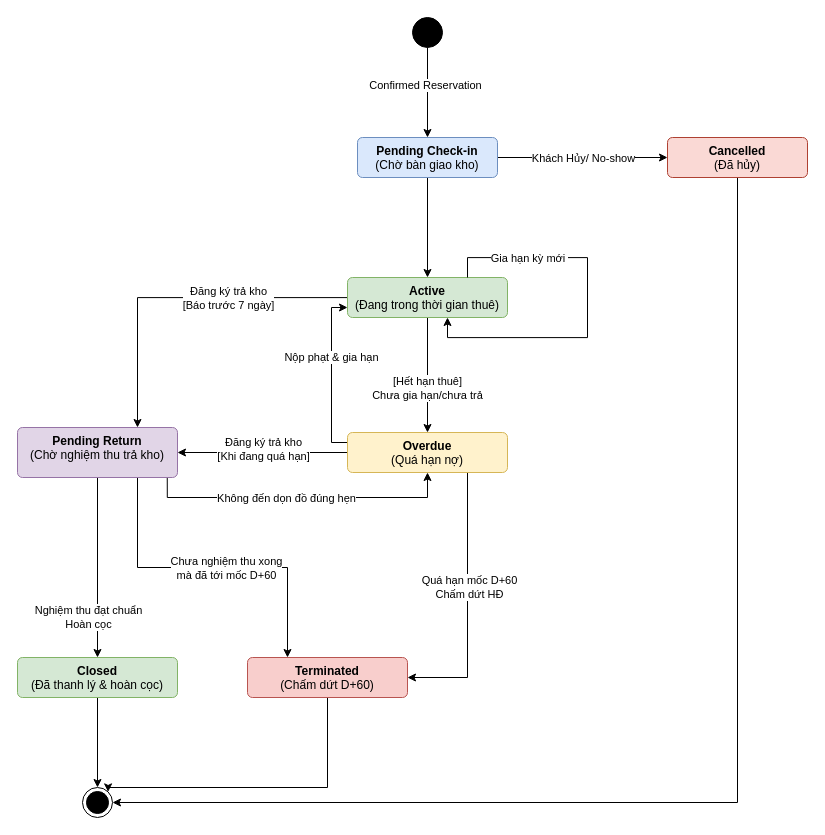
This is docs/diagrams/state-machine-diagram-rental-contract.drawio from Nguyen-Van-Gia-Binh/Self-Storage-Facility-Rental-and-Management-System, a draw.io file, before an edit. Source tidied: cells renumbered, new cells numbered last; positions are measured from the earlier drawing's top-left corner, leaving out a move shared by most shapes. Both pictures are drawn from the tidied source at 100%, with x=0, y=0 at pixel (17, 17).
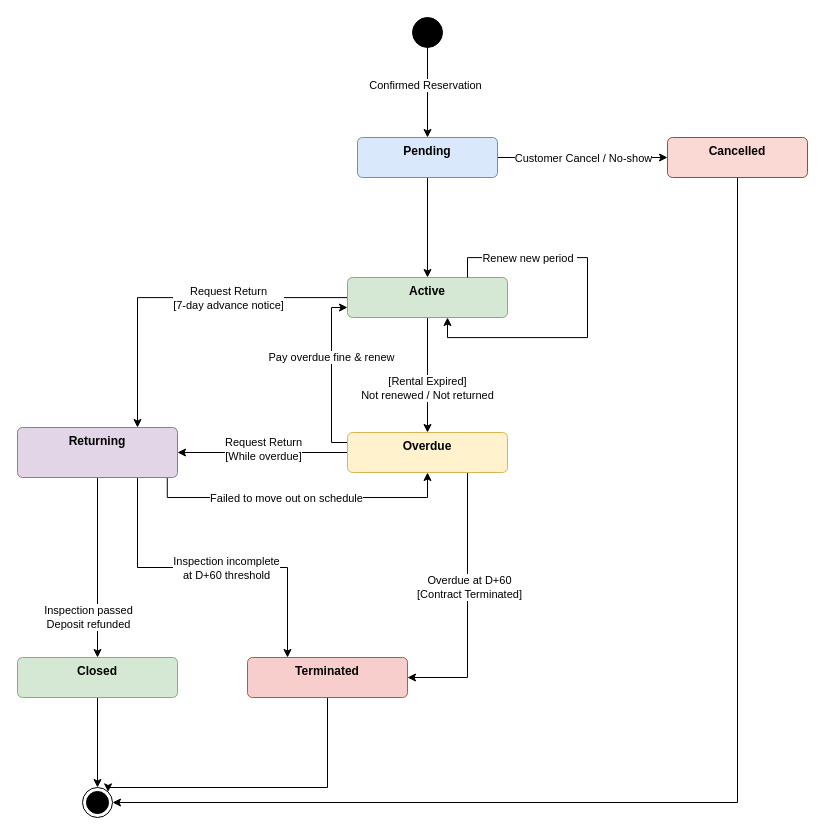
The same diagram, later.

Commit message (it also covers changes not shown here):
docs(diagram): thêm ERD conceptual, quan hệ lõi và Logical Data Model (#28)

The change refers to these unchanged cells:
```xml
<mxCell id="2" style="edgeStyle=orthogonalEdgeStyle;rounded=0;jettySize=auto;html=1;" parent="1" edge="1" source="5" target="10">
  <mxGeometry relative="1" as="geometry" />
</mxCell>
<mxCell id="11" style="edgeStyle=orthogonalEdgeStyle;rounded=0;jettySize=auto;html=1;entryX=0.5;entryY=0;entryDx=0;entryDy=0;" parent="1" edge="1" source="15" target="22">
  <mxGeometry relative="1" as="geometry" />
</mxCell>
<mxCell id="13" style="edgeStyle=orthogonalEdgeStyle;rounded=0;jettySize=auto;html=1;exitX=0;exitY=0.25;exitDx=0;exitDy=0;entryX=0.75;entryY=0;entryDx=0;entryDy=0;" parent="1" edge="1" source="15" target="29">
  <mxGeometry relative="1" as="geometry">
    <Array as="points">
      <mxPoint x="330" y="280.1" />
      <mxPoint x="120" y="280.1" />
    </Array>
  </mxGeometry>
</mxCell>
<mxCell id="16" style="edgeStyle=orthogonalEdgeStyle;rounded=0;jettySize=auto;html=1;exitX=0;exitY=0.25;exitDx=0;exitDy=0;entryX=0;entryY=0.75;entryDx=0;entryDy=0;" parent="1" edge="1" source="22" target="15">
  <mxGeometry relative="1" as="geometry">
    <Array as="points">
      <mxPoint x="314" y="425" />
      <mxPoint x="314" y="290" />
    </Array>
  </mxGeometry>
</mxCell>
<mxCell id="18" style="edgeStyle=orthogonalEdgeStyle;rounded=0;jettySize=auto;html=1;entryX=1;entryY=0.5;entryDx=0;entryDy=0;" parent="1" edge="1" source="22" target="29">
  <mxGeometry relative="1" as="geometry" />
</mxCell>
<mxCell id="20" style="edgeStyle=orthogonalEdgeStyle;rounded=0;jettySize=auto;html=1;exitX=0.75;exitY=1;exitDx=0;exitDy=0;entryX=1;entryY=0.5;entryDx=0;entryDy=0;" parent="1" edge="1" source="22" target="33">
  <mxGeometry relative="1" as="geometry" />
</mxCell>
<mxCell id="23" style="edgeStyle=orthogonalEdgeStyle;rounded=0;jettySize=auto;html=1;entryX=0.5;entryY=1;entryDx=0;entryDy=0;exitX=0.936;exitY=1.004;exitDx=0;exitDy=0;exitPerimeter=0;" parent="1" edge="1" source="29" target="22">
  <mxGeometry relative="1" as="geometry">
    <Array as="points">
      <mxPoint x="149.8" y="480" />
      <mxPoint x="410" y="480" />
    </Array>
  </mxGeometry>
</mxCell>
<mxCell id="25" style="edgeStyle=orthogonalEdgeStyle;rounded=0;jettySize=auto;html=1;exitX=0.75;exitY=1;exitDx=0;exitDy=0;entryX=0.25;entryY=0;entryDx=0;entryDy=0;" parent="1" edge="1" source="29" target="33">
  <mxGeometry relative="1" as="geometry" />
</mxCell>
<mxCell id="27" style="edgeStyle=orthogonalEdgeStyle;rounded=0;jettySize=auto;html=1;entryX=0.5;entryY=0;entryDx=0;entryDy=0;" parent="1" edge="1" source="29" target="31">
  <mxGeometry relative="1" as="geometry" />
</mxCell>
<mxCell id="34" style="edgeStyle=orthogonalEdgeStyle;rounded=0;orthogonalLoop=1;jettySize=auto;html=1;innerLoopWaypoints=1;exitX=0.75;exitY=0;exitDx=0;exitDy=0;entryX=0.625;entryY=1;entryDx=0;entryDy=0;entryPerimeter=0;" parent="1" edge="1" source="15" target="15">
  <mxGeometry relative="1" as="geometry">
    <Array as="points">
      <mxPoint x="450" y="240.1" />
      <mxPoint x="570" y="240.1" />
      <mxPoint x="570" y="320.1" />
      <mxPoint x="430" y="320.1" />
    </Array>
  </mxGeometry>
</mxCell>
```

What changed in the source:
```diff
@@
-    <mxCell id="3" value="Khách Hủy/ No-show" style="edgeLabel;html=1;align=center;verticalAlign=middle;" parent="2" vertex="1">
+    <mxCell id="3" value="Customer Cancel / No-show" style="edgeLabel;html=1;align=center;verticalAlign=middle;" parent="2" vertex="1">
       <mxGeometry x="-0.01" relative="1" as="geometry">
         <mxPoint x="1" as="offset" />
       </mxGeometry>
     </mxCell>
@@
-    <mxCell id="5" value="&lt;b&gt;Pending Check-in&lt;/b&gt;&lt;div&gt;(Chờ bàn giao kho)&lt;/div&gt;" style="html=1;align=center;verticalAlign=top;rounded=1;absoluteArcSize=1;arcSize=10;dashed=0;whiteSpace=wrap;fillColor=#dae8fc;strokeColor=#6c8ebf;" parent="1" vertex="1">
+    <mxCell id="5" value="&lt;b&gt;Pending&lt;/b&gt;&lt;div&gt;&lt;/div&gt;" style="html=1;align=center;verticalAlign=top;rounded=1;absoluteArcSize=1;arcSize=10;dashed=0;whiteSpace=wrap;fillColor=#dae8fc;strokeColor=#6c8ebf;" parent="1" vertex="1">
       <mxGeometry x="340" y="120" width="140" height="40" as="geometry" />
     </mxCell>
@@
-    <mxCell id="10" value="&lt;div&gt;&lt;b&gt;Cancelled&lt;/b&gt;&lt;/div&gt;&lt;div&gt;(Đã hủy)&lt;/div&gt;" style="html=1;align=center;verticalAlign=top;rounded=1;absoluteArcSize=1;arcSize=10;dashed=0;whiteSpace=wrap;fillColor=#fad9d5;strokeColor=#ae4132;" parent="1" vertex="1">
+    <mxCell id="10" value="&lt;div&gt;&lt;b&gt;Cancelled&lt;/b&gt;&lt;/div&gt;&lt;div&gt;&lt;/div&gt;" style="html=1;align=center;verticalAlign=top;rounded=1;absoluteArcSize=1;arcSize=10;dashed=0;whiteSpace=wrap;fillColor=#fad9d5;strokeColor=#ae4132;" parent="1" vertex="1">
       <mxGeometry x="650" y="120" width="140" height="40" as="geometry" />
     </mxCell>
@@
-    <mxCell id="12" value="[Hết hạn thuê]&lt;div&gt;Chưa gia hạn/chưa trả&lt;/div&gt;" style="edgeLabel;html=1;align=center;verticalAlign=middle;" parent="11" vertex="1">
+    <mxCell id="12" value="[Rental Expired]&lt;div&gt;Not renewed / Not returned&lt;/div&gt;" style="edgeLabel;html=1;align=center;verticalAlign=middle;" parent="11" vertex="1">
       <mxGeometry x="-0.14" y="-1" relative="1" as="geometry">
         <mxPoint y="21" as="offset" />
       </mxGeometry>
     </mxCell>
@@
-    <mxCell id="14" value="Đăng ký trả kho&lt;div&gt;[Báo trước 7 ngày]&lt;/div&gt;" style="edgeLabel;html=1;align=center;verticalAlign=middle;" parent="13" vertex="1">
+    <mxCell id="14" value="Request Return&lt;div&gt;[7-day advance notice]&lt;/div&gt;" style="edgeLabel;html=1;align=center;verticalAlign=middle;" parent="13" vertex="1">
       <mxGeometry x="-0.22" y="-1" relative="1" as="geometry">
         <mxPoint x="7" y="1" as="offset" />
       </mxGeometry>
     </mxCell>
-    <mxCell id="15" value="&lt;b&gt;Active&lt;/b&gt;&lt;br&gt;&lt;div&gt;(Đang trong thời gian thuê)&lt;/div&gt;" style="html=1;align=center;verticalAlign=top;rounded=1;absoluteArcSize=1;arcSize=10;dashed=0;whiteSpace=wrap;fillColor=#d5e8d4;strokeColor=#82b366;" parent="1" vertex="1">
+    <mxCell id="15" value="&lt;b&gt;Active&lt;/b&gt;&lt;br&gt;&lt;div&gt;&lt;br&gt;&lt;/div&gt;" style="html=1;align=center;verticalAlign=top;rounded=1;absoluteArcSize=1;arcSize=10;dashed=0;whiteSpace=wrap;fillColor=#d5e8d4;strokeColor=#82b366;" parent="1" vertex="1">
       <mxGeometry x="330" y="260" width="160" height="40" as="geometry" />
     </mxCell>
@@
-    <mxCell id="17" value="Nộp phạt &amp;amp; gia hạn" style="edgeLabel;html=1;align=center;verticalAlign=middle;" parent="16" vertex="1">
+    <mxCell id="17" value="Pay overdue fine &amp;amp; renew" style="edgeLabel;html=1;align=center;verticalAlign=middle;" parent="16" vertex="1">
       <mxGeometry x="0.22" y="1" relative="1" as="geometry" />
     </mxCell>
@@
-    <mxCell id="19" value="Đăng ký trả kho&lt;div&gt;[Khi đang quá hạn]&lt;/div&gt;" style="edgeLabel;html=1;align=center;verticalAlign=middle;" parent="18" vertex="1">
+    <mxCell id="19" value="Request Return&lt;div&gt;[While overdue]&lt;/div&gt;" style="edgeLabel;html=1;align=center;verticalAlign=middle;" parent="18" vertex="1">
       <mxGeometry y="-4" relative="1" as="geometry" />
     </mxCell>
@@
-    <mxCell id="21" value="Quá hạn mốc D+60&lt;div&gt;Chấm dứt HĐ&lt;/div&gt;" style="edgeLabel;html=1;align=center;verticalAlign=middle;" parent="20" vertex="1">
+    <mxCell id="21" value="Overdue at D+60&lt;div&gt;[Contract Terminated]&lt;/div&gt;" style="edgeLabel;html=1;align=center;verticalAlign=middle;" parent="20" vertex="1">
       <mxGeometry x="-0.14" y="1" relative="1" as="geometry" />
     </mxCell>
-    <mxCell id="22" value="&lt;b&gt;Overdue&lt;/b&gt;&lt;br&gt;&lt;div&gt;(Quá hạn nợ)&lt;/div&gt;" style="html=1;align=center;verticalAlign=top;rounded=1;absoluteArcSize=1;arcSize=10;dashed=0;whiteSpace=wrap;fillColor=#fff2cc;strokeColor=#d6b656;" parent="1" vertex="1">
+    <mxCell id="22" value="&lt;b&gt;Overdue&lt;/b&gt;&lt;br&gt;&lt;div&gt;&lt;br&gt;&lt;/div&gt;" style="html=1;align=center;verticalAlign=top;rounded=1;absoluteArcSize=1;arcSize=10;dashed=0;whiteSpace=wrap;fillColor=#fff2cc;strokeColor=#d6b656;" parent="1" vertex="1">
       <mxGeometry x="330" y="415" width="160" height="40" as="geometry" />
     </mxCell>
@@
-    <mxCell id="24" value="Không đến dọn đồ đúng hẹn" style="edgeLabel;html=1;align=center;verticalAlign=middle;" parent="23" vertex="1">
+    <mxCell id="24" value="Failed to move out on schedule" style="edgeLabel;html=1;align=center;verticalAlign=middle;" parent="23" vertex="1">
       <mxGeometry x="-0.09" relative="1" as="geometry" />
     </mxCell>
@@
-    <mxCell id="26" value="Chưa nghiệm thu xong&lt;div&gt;mà đã tới mốc D+60&lt;/div&gt;" style="edgeLabel;html=1;align=center;verticalAlign=middle;" parent="25" vertex="1">
+    <mxCell id="26" value="Inspection incomplete&lt;div&gt;at D+60 threshold&lt;/div&gt;" style="edgeLabel;html=1;align=center;verticalAlign=middle;" parent="25" vertex="1">
       <mxGeometry x="0.07" relative="1" as="geometry">
         <mxPoint x="1" as="offset" />
       </mxGeometry>
     </mxCell>
@@
-    <mxCell id="28" value="Nghiệm thu đạt chuẩn&lt;div&gt;Hoàn cọc&lt;/div&gt;" style="edgeLabel;html=1;align=center;verticalAlign=middle;" parent="27" vertex="1">
+    <mxCell id="28" value="Inspection passed&lt;div&gt;Deposit refunded&lt;/div&gt;" style="edgeLabel;html=1;align=center;verticalAlign=middle;" parent="27" vertex="1">
       <mxGeometry x="-0.14" y="2" relative="1" as="geometry">
         <mxPoint x="-12" y="62" as="offset" />
       </mxGeometry>
     </mxCell>
-    <mxCell id="29" value="&lt;b&gt;Pending Return&lt;/b&gt;&lt;br&gt;&lt;div&gt;(Chờ nghiệm thu trả kho)&lt;/div&gt;" style="html=1;align=center;verticalAlign=top;rounded=1;absoluteArcSize=1;arcSize=10;dashed=0;whiteSpace=wrap;fillColor=#e1d5e7;strokeColor=#9673a6;" parent="1" vertex="1">
+    <mxCell id="29" value="&lt;b&gt;Returning&lt;/b&gt;&lt;br&gt;&lt;div&gt;&lt;br&gt;&lt;/div&gt;" style="html=1;align=center;verticalAlign=top;rounded=1;absoluteArcSize=1;arcSize=10;dashed=0;whiteSpace=wrap;fillColor=#e1d5e7;strokeColor=#9673a6;" parent="1" vertex="1">
       <mxGeometry y="410" width="160" height="50" as="geometry" />
     </mxCell>
@@
-    <mxCell id="31" value="&lt;b&gt;Closed&lt;/b&gt;&lt;br&gt;&lt;div&gt;(Đã thanh lý &amp;amp; hoàn cọc)&lt;/div&gt;" style="html=1;align=center;verticalAlign=top;rounded=1;absoluteArcSize=1;arcSize=10;dashed=0;whiteSpace=wrap;fillColor=#d5e8d4;strokeColor=#82b366;" parent="1" vertex="1">
+    <mxCell id="31" value="&lt;b&gt;Closed&lt;br&gt;&lt;/b&gt;" style="html=1;align=center;verticalAlign=top;rounded=1;absoluteArcSize=1;arcSize=10;dashed=0;whiteSpace=wrap;fillColor=#d5e8d4;strokeColor=#82b366;" parent="1" vertex="1">
       <mxGeometry y="640" width="160" height="40" as="geometry" />
     </mxCell>
@@
-    <mxCell id="33" value="&lt;div&gt;&lt;b&gt;Terminated&lt;/b&gt;&lt;/div&gt;&lt;div&gt;(Chấm dứt D+60)&lt;/div&gt;" style="html=1;align=center;verticalAlign=top;rounded=1;absoluteArcSize=1;arcSize=10;dashed=0;whiteSpace=wrap;fillColor=#f8cecc;strokeColor=#b85450;" parent="1" vertex="1">
+    <mxCell id="33" value="&lt;div&gt;&lt;b&gt;Terminated&lt;/b&gt;&lt;/div&gt;&lt;div&gt;&lt;/div&gt;" style="html=1;align=center;verticalAlign=top;rounded=1;absoluteArcSize=1;arcSize=10;dashed=0;whiteSpace=wrap;fillColor=#f8cecc;strokeColor=#b85450;" parent="1" vertex="1">
       <mxGeometry x="230" y="640" width="160" height="40" as="geometry" />
     </mxCell>
@@
-    <mxCell id="35" value="Gia hạn kỳ mới&amp;nbsp;" style="edgeLabel;html=1;align=center;verticalAlign=middle;" parent="34" vertex="1">
+    <mxCell id="35" value="Renew new period&amp;nbsp;" style="edgeLabel;html=1;align=center;verticalAlign=middle;" parent="34" vertex="1">
       <mxGeometry x="-0.66" y="-1" relative="1" as="geometry">
         <mxPoint x="16" y="-1" as="offset" />
       </mxGeometry>
     </mxCell>
```
